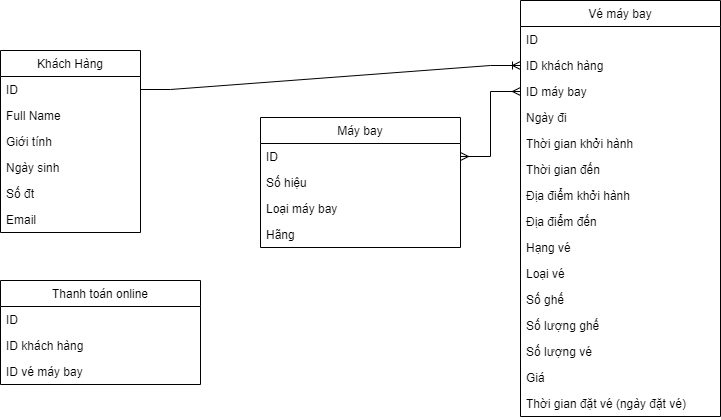
The draw.io diagram database/database.drawio.png in GumBox/CloudAirlineG8, before a commit. Source tidied: cells renumbered, new cells last; positions are measured from the earlier drawing's top-left corner, leaving out a move shared by most shapes.
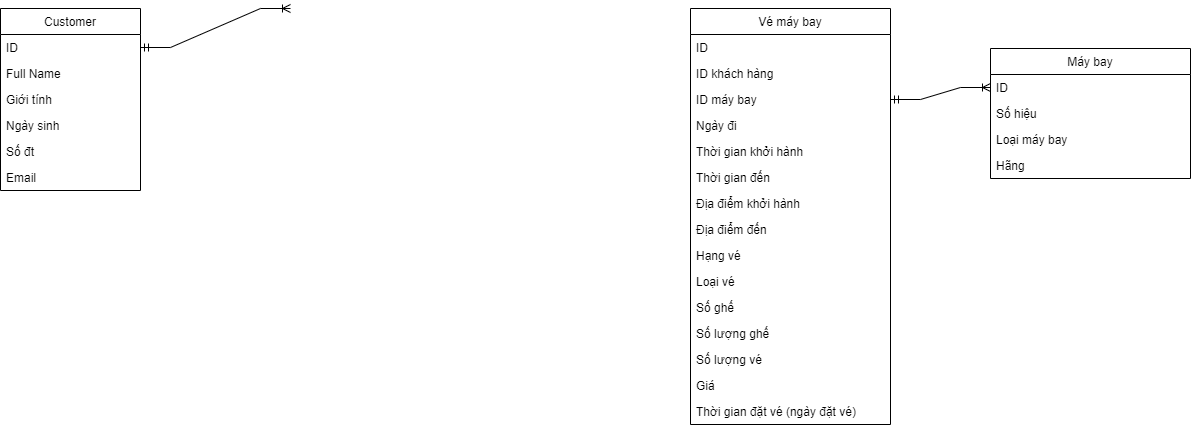
The same diagram one commit later.

Change to the diagram source:
```diff
@@ -2,8 +2,8 @@
   <root>
     <mxCell id="0" />
     <mxCell id="1" parent="0" />
-    <mxCell id="2" value="Khách Hàng" style="swimlane;fontStyle=0;horizontal=1;startSize=26;fillColor=none;" parent="1" vertex="1">
-      <mxGeometry y="50" width="140" height="182" as="geometry" />
+    <mxCell id="2" value="Customer" style="swimlane;fontStyle=0;horizontal=1;startSize=26;fillColor=none;" parent="1" vertex="1">
+      <mxGeometry x="-80" width="140" height="182" as="geometry" />
     </mxCell>
     <mxCell id="3" value="ID" style="text;strokeColor=none;fillColor=none;align=left;verticalAlign=top;spacingLeft=4;spacingRight=4;overflow=hidden;points=[[0,0.5],[1,0.5]];portConstraint=eastwest;" parent="2" vertex="1">
       <mxGeometry y="26" width="140" height="26" as="geometry" />
@@ -24,7 +24,7 @@
       <mxGeometry y="156" width="140" height="26" as="geometry" />
     </mxCell>
     <mxCell id="9" value="Vé máy bay" style="swimlane;fontStyle=0;horizontal=1;startSize=26;fillColor=none;" parent="1" vertex="1">
-      <mxGeometry x="520" width="200" height="416" as="geometry" />
+      <mxGeometry x="610" width="200" height="416" as="geometry" />
     </mxCell>
     <mxCell id="10" value="ID" style="text;strokeColor=none;fillColor=none;align=left;verticalAlign=top;spacingLeft=4;spacingRight=4;overflow=hidden;" parent="9" vertex="1">
       <mxGeometry y="26" width="200" height="26" as="geometry" />
@@ -72,7 +72,7 @@
       <mxGeometry y="390" width="200" height="26" as="geometry" />
     </mxCell>
     <mxCell id="25" value="Máy bay" style="swimlane;fontStyle=0;horizontal=1;startSize=26;fillColor=none;" parent="1" vertex="1">
-      <mxGeometry x="260" y="117" width="200" height="130" as="geometry" />
+      <mxGeometry x="910" y="40" width="200" height="130" as="geometry" />
     </mxCell>
     <mxCell id="26" value="ID" style="text;strokeColor=none;fillColor=none;align=left;verticalAlign=top;spacingLeft=4;spacingRight=4;overflow=hidden;points=[[0,0.5],[1,0.5]];portConstraint=eastwest;" parent="25" vertex="1">
       <mxGeometry y="26" width="200" height="26" as="geometry" />
@@ -86,23 +86,13 @@
     <mxCell id="29" value="Hãng" style="text;strokeColor=none;fillColor=none;align=left;verticalAlign=top;spacingLeft=4;spacingRight=4;overflow=hidden;" parent="25" vertex="1">
       <mxGeometry y="104" width="200" height="26" as="geometry" />
     </mxCell>
-    <mxCell id="30" value="Thanh toán online" style="swimlane;fontStyle=0;horizontal=1;startSize=26;fillColor=none;" parent="1" vertex="1">
-      <mxGeometry y="280" width="200" height="104" as="geometry" />
-    </mxCell>
-    <mxCell id="31" value="ID" style="text;strokeColor=none;fillColor=none;align=left;verticalAlign=top;spacingLeft=4;spacingRight=4;overflow=hidden;" parent="30" vertex="1">
-      <mxGeometry y="26" width="200" height="26" as="geometry" />
-    </mxCell>
-    <mxCell id="32" value="ID khách hàng" style="text;strokeColor=none;fillColor=none;align=left;verticalAlign=top;spacingLeft=4;spacingRight=4;overflow=hidden;" parent="30" vertex="1">
-      <mxGeometry y="52" width="200" height="26" as="geometry" />
-    </mxCell>
-    <mxCell id="33" value="ID vé máy bay" style="text;strokeColor=none;fillColor=none;align=left;verticalAlign=top;spacingLeft=4;spacingRight=4;overflow=hidden;" parent="30" vertex="1">
-      <mxGeometry y="78" width="200" height="26" as="geometry" />
-    </mxCell>
-    <mxCell id="34" style="edgeStyle=entityRelationEdgeStyle;fontSize=12;html=1;endArrow=ERoneToMany;rounded=0;" parent="1" edge="1" source="3" target="11">
-      <mxGeometry relative="1" as="geometry" />
-    </mxCell>
-    <mxCell id="35" style="edgeStyle=entityRelationEdgeStyle;fontSize=12;html=1;endArrow=ERmany;startArrow=ERmany;rounded=0;" parent="1" edge="1" source="26" target="12">
-      <mxGeometry relative="1" as="geometry" />
-    </mxCell>
+    <mxCell id="36" style="edgeStyle=entityRelationEdgeStyle;fontSize=12;html=1;endArrow=ERoneToMany;startArrow=ERmandOne;rounded=0;exitX=1;exitY=0.5;exitDx=0;exitDy=0;" parent="1" edge="1" source="3">
+      <mxGeometry relative="1" as="geometry">
+        <mxPoint x="210" as="targetPoint" />
+      </mxGeometry>
+    </mxCell>
+    <mxCell id="37" style="edgeStyle=entityRelationEdgeStyle;fontSize=12;html=1;endArrow=ERoneToMany;startArrow=ERmandOne;rounded=0;exitX=1;exitY=0.5;exitDx=0;exitDy=0;entryX=0;entryY=0.5;entryDx=0;entryDy=0;" parent="1" edge="1" source="12" target="26">
+      <mxGeometry relative="1" as="geometry" />
+    </mxCell>
   </root>
 </mxGraphModel>
```
